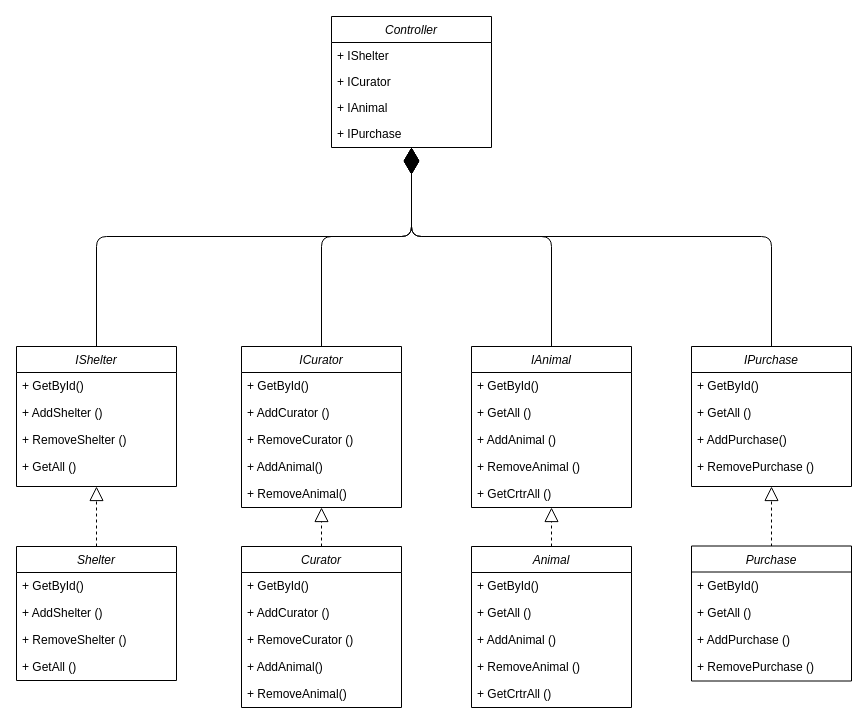
Before: diagrams/BL.drawio in Laiika/bmstu-iu7-sd, a draw.io diagram. Source tidied: cells renumbered, new cells numbered last; positions are measured from the earlier drawing's top-left corner, leaving out a move shared by most shapes. Both pictures are drawn from the tidied source at 100%, with x=0, y=0 at pixel (16, 16).
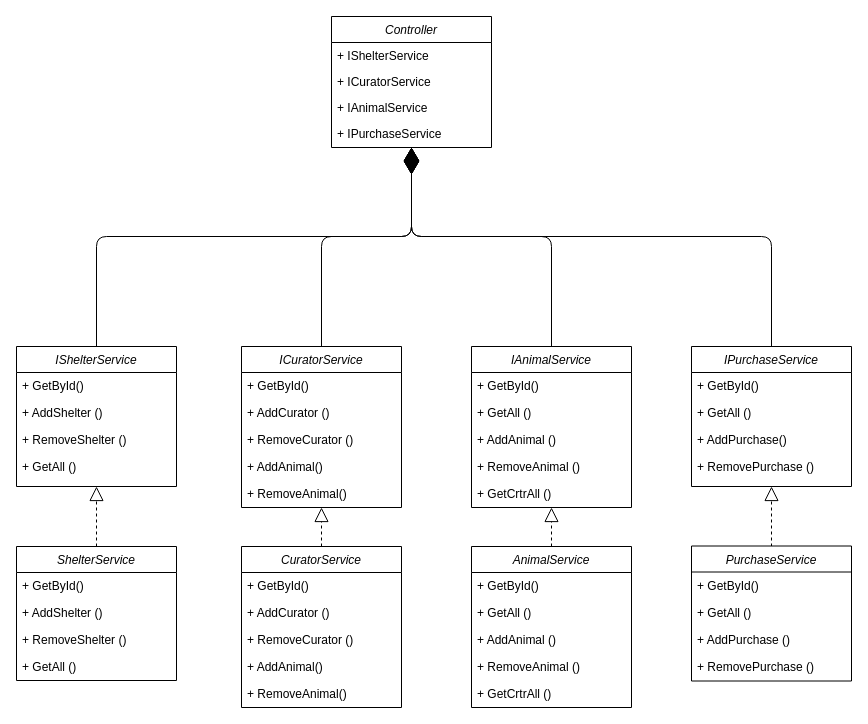
The same page after the edit.

Unchanged cells that the change refers to:
```xml
<mxCell id="2" value="Controller" style="swimlane;fontStyle=2;align=center;verticalAlign=top;horizontal=1;startSize=26;rounded=0;shadow=0;strokeWidth=1;" parent="1" vertex="1">
  <mxGeometry x="315" width="160" height="131" as="geometry" />
</mxCell>
```

What changed in the source:
```diff
@@
-    <mxCell id="3" value="+ IShelter" style="text;align=left;verticalAlign=top;spacingLeft=4;spacingRight=4;overflow=hidden;rounded=0;shadow=0;html=0;" parent="2" vertex="1">
+    <mxCell id="3" value="+ IShelterService" style="text;align=left;verticalAlign=top;spacingLeft=4;spacingRight=4;overflow=hidden;rounded=0;shadow=0;html=0;" parent="2" vertex="1">
       <mxGeometry y="26" width="160" height="26" as="geometry" />
     </mxCell>
-    <mxCell id="4" value="+ ICurator" style="text;align=left;verticalAlign=top;spacingLeft=4;spacingRight=4;overflow=hidden;rounded=0;shadow=0;html=0;" parent="2" vertex="1">
+    <mxCell id="4" value="+ ICuratorService" style="text;align=left;verticalAlign=top;spacingLeft=4;spacingRight=4;overflow=hidden;rounded=0;shadow=0;html=0;" parent="2" vertex="1">
       <mxGeometry y="52" width="160" height="26" as="geometry" />
     </mxCell>
-    <mxCell id="5" value="+ IAnimal" style="text;align=left;verticalAlign=top;spacingLeft=4;spacingRight=4;overflow=hidden;rounded=0;shadow=0;html=0;" parent="2" vertex="1">
+    <mxCell id="5" value="+ IAnimalService" style="text;align=left;verticalAlign=top;spacingLeft=4;spacingRight=4;overflow=hidden;rounded=0;shadow=0;html=0;" parent="2" vertex="1">
       <mxGeometry y="78" width="160" height="26" as="geometry" />
     </mxCell>
-    <mxCell id="6" value="+ IPurchase" style="text;align=left;verticalAlign=top;spacingLeft=4;spacingRight=4;overflow=hidden;rounded=0;shadow=0;html=0;" parent="2" vertex="1">
+    <mxCell id="6" value="+ IPurchaseService" style="text;align=left;verticalAlign=top;spacingLeft=4;spacingRight=4;overflow=hidden;rounded=0;shadow=0;html=0;" parent="2" vertex="1">
       <mxGeometry y="104" width="160" height="27" as="geometry" />
     </mxCell>
-    <mxCell id="7" value="IShelter" style="swimlane;fontStyle=2;align=center;verticalAlign=top;horizontal=1;startSize=26;rounded=0;shadow=0;strokeWidth=1;" parent="1" vertex="1">
+    <mxCell id="7" value="IShelterService" style="swimlane;fontStyle=2;align=center;verticalAlign=top;horizontal=1;startSize=26;rounded=0;shadow=0;strokeWidth=1;" parent="1" vertex="1">
       <mxGeometry y="330" width="160" height="140" as="geometry" />
     </mxCell>
@@
-    <mxCell id="12" value="Shelter" style="swimlane;fontStyle=2;align=center;verticalAlign=top;horizontal=1;startSize=26;rounded=0;shadow=0;strokeWidth=1;" parent="1" vertex="1">
+    <mxCell id="12" value="ShelterService" style="swimlane;fontStyle=2;align=center;verticalAlign=top;horizontal=1;startSize=26;rounded=0;shadow=0;strokeWidth=1;" parent="1" vertex="1">
       <mxGeometry y="530" width="160" height="134" as="geometry" />
     </mxCell>
@@
-    <mxCell id="19" value="ICurator" style="swimlane;fontStyle=2;align=center;verticalAlign=top;horizontal=1;startSize=26;rounded=0;shadow=0;strokeWidth=1;" parent="1" vertex="1">
+    <mxCell id="19" value="ICuratorService" style="swimlane;fontStyle=2;align=center;verticalAlign=top;horizontal=1;startSize=26;rounded=0;shadow=0;strokeWidth=1;" parent="1" vertex="1">
       <mxGeometry x="225" y="330" width="160" height="161" as="geometry" />
     </mxCell>
@@
-    <mxCell id="25" value="Curator" style="swimlane;fontStyle=2;align=center;verticalAlign=top;horizontal=1;startSize=26;rounded=0;shadow=0;strokeWidth=1;" parent="1" vertex="1">
+    <mxCell id="25" value="CuratorService" style="swimlane;fontStyle=2;align=center;verticalAlign=top;horizontal=1;startSize=26;rounded=0;shadow=0;strokeWidth=1;" parent="1" vertex="1">
       <mxGeometry x="225" y="530" width="160" height="161" as="geometry" />
     </mxCell>
@@
-    <mxCell id="33" value="IAnimal" style="swimlane;fontStyle=2;align=center;verticalAlign=top;horizontal=1;startSize=26;rounded=0;shadow=0;strokeWidth=1;" parent="1" vertex="1">
+    <mxCell id="33" value="IAnimalService" style="swimlane;fontStyle=2;align=center;verticalAlign=top;horizontal=1;startSize=26;rounded=0;shadow=0;strokeWidth=1;" parent="1" vertex="1">
       <mxGeometry x="455" y="330" width="160" height="161" as="geometry" />
     </mxCell>
@@
-    <mxCell id="39" value="Animal" style="swimlane;fontStyle=2;align=center;verticalAlign=top;horizontal=1;startSize=26;rounded=0;shadow=0;strokeWidth=1;" parent="1" vertex="1">
+    <mxCell id="39" value="AnimalService" style="swimlane;fontStyle=2;align=center;verticalAlign=top;horizontal=1;startSize=26;rounded=0;shadow=0;strokeWidth=1;" parent="1" vertex="1">
       <mxGeometry x="455" y="530" width="160" height="161" as="geometry" />
     </mxCell>
@@
-    <mxCell id="47" value="IPurchase" style="swimlane;fontStyle=2;align=center;verticalAlign=top;horizontal=1;startSize=26;rounded=0;shadow=0;strokeWidth=1;" parent="1" vertex="1">
+    <mxCell id="47" value="IPurchaseService" style="swimlane;fontStyle=2;align=center;verticalAlign=top;horizontal=1;startSize=26;rounded=0;shadow=0;strokeWidth=1;" parent="1" vertex="1">
       <mxGeometry x="675" y="330" width="160" height="140" as="geometry" />
     </mxCell>
@@
-    <mxCell id="54" value="Purchase" style="swimlane;fontStyle=2;align=center;verticalAlign=top;horizontal=1;startSize=26;rounded=0;shadow=0;strokeWidth=1;" parent="1" vertex="1">
+    <mxCell id="54" value="PurchaseService" style="swimlane;fontStyle=2;align=center;verticalAlign=top;horizontal=1;startSize=26;rounded=0;shadow=0;strokeWidth=1;" parent="1" vertex="1">
       <mxGeometry x="675" y="529.5" width="160" height="135" as="geometry" />
     </mxCell>
```
